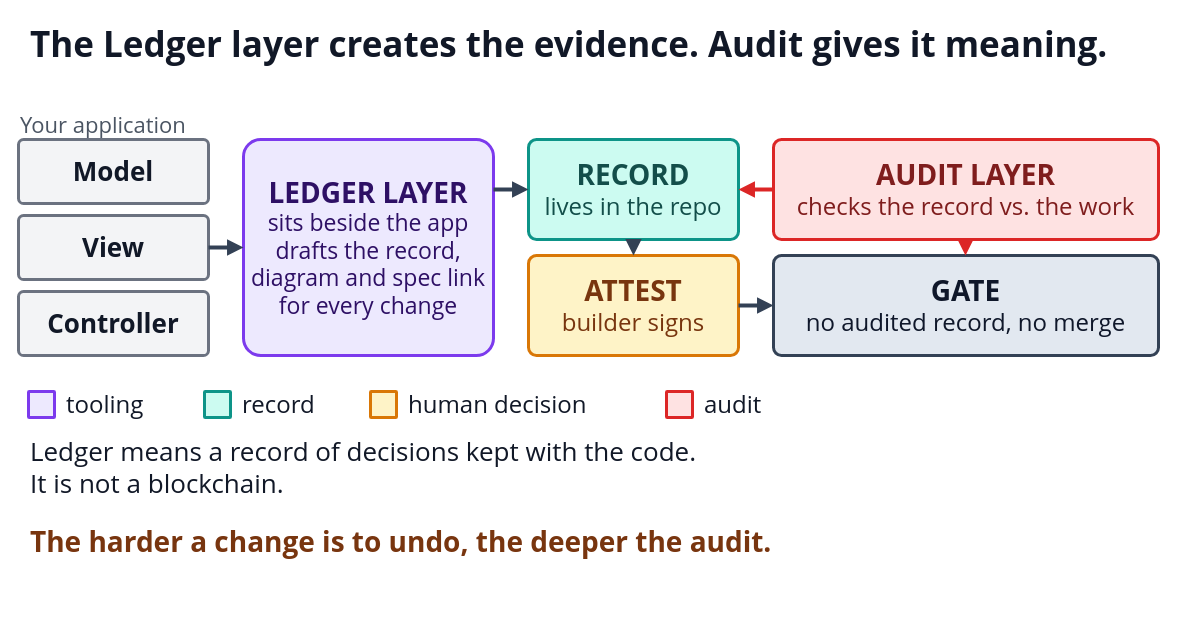
This is diagrams/01-ledger-layer-architecture.drawio from i-asimkhan/ledger-layer-pattern, a draw.io file, before an edit. Source tidied: cells renumbered, new cells numbered last; positions are measured from the earlier drawing's top-left corner, leaving out a move shared by most shapes. Both pictures are drawn from the tidied source at 100%, with x=0, y=0 at pixel (18, 17).
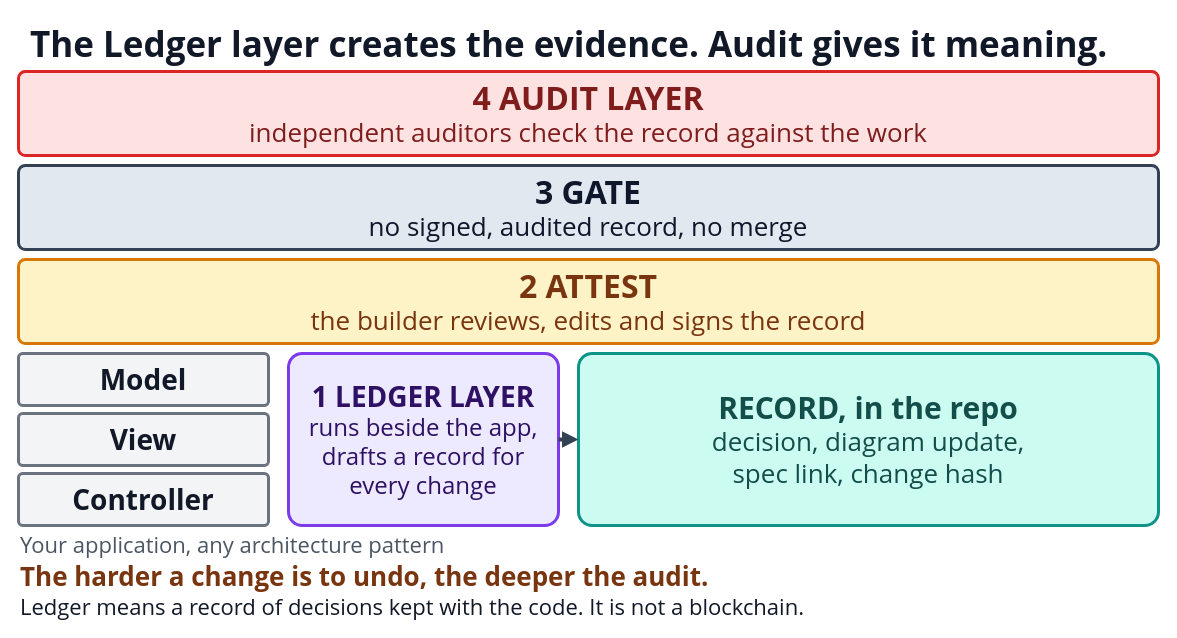
After the change.

Diff of the diagram source:
```diff
@@
-    <mxCell id="3" value="Your application" style="text;html=1;strokeColor=none;fillColor=none;whiteSpace=wrap;verticalAlign=middle;align=left;fontSize=22;fontColor=#4B5563;fontFamily=Segoe UI;fontStyle=0;" parent="1" vertex="1">
-      <mxGeometry y="94" width="220" height="26" as="geometry" />
+    <mxCell id="3" value="&lt;span style=&quot;font-size:32px&quot;&gt;&lt;b&gt;4  AUDIT LAYER&lt;/b&gt;&lt;/span&gt;&lt;br&gt;&lt;span style=&quot;font-size:26px&quot;&gt;independent auditors check the record against the work&lt;/span&gt;" style="rounded=1;arcSize=8;whiteSpace=wrap;html=1;fillColor=#FEE2E2;strokeColor=#DC2626;fontColor=#7F1D1D;strokeWidth=3;align=center;verticalAlign=middle;fontSize=26;fontFamily=Segoe UI;" parent="1" vertex="1">
+      <mxGeometry y="54" width="1140" height="84" as="geometry" />
     </mxCell>
-    <mxCell id="4" value="&lt;span style=&quot;font-size:26px&quot;&gt;&lt;b&gt;Model&lt;/b&gt;&lt;/span&gt;" style="rounded=1;arcSize=8;whiteSpace=wrap;html=1;fillColor=#F3F4F6;strokeColor=#6B7280;fontColor=#111827;strokeWidth=3;align=center;verticalAlign=middle;fontSize=24;fontFamily=Segoe UI;" parent="1" vertex="1">
-      <mxGeometry y="122" width="190" height="64" as="geometry" />
+    <mxCell id="4" value="&lt;span style=&quot;font-size:32px&quot;&gt;&lt;b&gt;3  GATE&lt;/b&gt;&lt;/span&gt;&lt;br&gt;&lt;span style=&quot;font-size:26px&quot;&gt;no signed, audited record, no merge&lt;/span&gt;" style="rounded=1;arcSize=8;whiteSpace=wrap;html=1;fillColor=#E2E8F0;strokeColor=#334155;fontColor=#0F172A;strokeWidth=3;align=center;verticalAlign=middle;fontSize=26;fontFamily=Segoe UI;" parent="1" vertex="1">
+      <mxGeometry y="148" width="1140" height="84" as="geometry" />
     </mxCell>
-    <mxCell id="5" value="&lt;span style=&quot;font-size:26px&quot;&gt;&lt;b&gt;View&lt;/b&gt;&lt;/span&gt;" style="rounded=1;arcSize=8;whiteSpace=wrap;html=1;fillColor=#F3F4F6;strokeColor=#6B7280;fontColor=#111827;strokeWidth=3;align=center;verticalAlign=middle;fontSize=24;fontFamily=Segoe UI;" parent="1" vertex="1">
-      <mxGeometry y="198" width="190" height="64" as="geometry" />
+    <mxCell id="5" value="&lt;span style=&quot;font-size:32px&quot;&gt;&lt;b&gt;2  ATTEST&lt;/b&gt;&lt;/span&gt;&lt;br&gt;&lt;span style=&quot;font-size:26px&quot;&gt;the builder reviews, edits and signs the record&lt;/span&gt;" style="rounded=1;arcSize=8;whiteSpace=wrap;html=1;fillColor=#FEF3C7;strokeColor=#D97706;fontColor=#78350F;strokeWidth=3;align=center;verticalAlign=middle;fontSize=26;fontFamily=Segoe UI;" parent="1" vertex="1">
+      <mxGeometry y="242" width="1140" height="84" as="geometry" />
     </mxCell>
-    <mxCell id="6" value="&lt;span style=&quot;font-size:26px&quot;&gt;&lt;b&gt;Controller&lt;/b&gt;&lt;/span&gt;" style="rounded=1;arcSize=8;whiteSpace=wrap;html=1;fillColor=#F3F4F6;strokeColor=#6B7280;fontColor=#111827;strokeWidth=3;align=center;verticalAlign=middle;fontSize=24;fontFamily=Segoe UI;" parent="1" vertex="1">
-      <mxGeometry y="274" width="190" height="64" as="geometry" />
+    <mxCell id="6" value="&lt;span style=&quot;font-size:28px&quot;&gt;&lt;b&gt;Model&lt;/b&gt;&lt;/span&gt;" style="rounded=1;arcSize=8;whiteSpace=wrap;html=1;fillColor=#F3F4F6;strokeColor=#6B7280;fontColor=#111827;strokeWidth=3;align=center;verticalAlign=middle;fontSize=24;fontFamily=Segoe UI;" parent="1" vertex="1">
+      <mxGeometry y="336" width="250" height="52" as="geometry" />
     </mxCell>
-    <mxCell id="7" value="&lt;span style=&quot;font-size:28px&quot;&gt;&lt;b&gt;LEDGER LAYER&lt;/b&gt;&lt;/span&gt;&lt;br&gt;&lt;span style=&quot;font-size:23px&quot;&gt;sits beside the app&lt;/span&gt;&lt;br&gt;&lt;span style=&quot;font-size:23px&quot;&gt;drafts the record,&lt;/span&gt;&lt;br&gt;&lt;span style=&quot;font-size:23px&quot;&gt;diagram and spec link&lt;/span&gt;&lt;br&gt;&lt;span style=&quot;font-size:23px&quot;&gt;for every change&lt;/span&gt;" style="rounded=1;arcSize=8;whiteSpace=wrap;html=1;fillColor=#EDE9FE;strokeColor=#7C3AED;fontColor=#2E1065;strokeWidth=3;align=center;verticalAlign=middle;fontSize=23;fontFamily=Segoe UI;" parent="1" vertex="1">
-      <mxGeometry x="225" y="122" width="250" height="216" as="geometry" />
+    <mxCell id="7" value="&lt;span style=&quot;font-size:28px&quot;&gt;&lt;b&gt;View&lt;/b&gt;&lt;/span&gt;" style="rounded=1;arcSize=8;whiteSpace=wrap;html=1;fillColor=#F3F4F6;strokeColor=#6B7280;fontColor=#111827;strokeWidth=3;align=center;verticalAlign=middle;fontSize=24;fontFamily=Segoe UI;" parent="1" vertex="1">
+      <mxGeometry y="396" width="250" height="52" as="geometry" />
     </mxCell>
-    <mxCell id="8" value="&lt;span style=&quot;font-size:28px&quot;&gt;&lt;b&gt;RECORD&lt;/b&gt;&lt;/span&gt;&lt;br&gt;&lt;span style=&quot;font-size:24px&quot;&gt;lives in the repo&lt;/span&gt;" style="rounded=1;arcSize=8;whiteSpace=wrap;html=1;fillColor=#CCFBF1;strokeColor=#0D9488;fontColor=#134E4A;strokeWidth=3;align=center;verticalAlign=middle;fontSize=24;fontFamily=Segoe UI;" parent="1" vertex="1">
-      <mxGeometry x="510" y="122" width="210" height="100" as="geometry" />
+    <mxCell id="8" value="&lt;span style=&quot;font-size:28px&quot;&gt;&lt;b&gt;Controller&lt;/b&gt;&lt;/span&gt;" style="rounded=1;arcSize=8;whiteSpace=wrap;html=1;fillColor=#F3F4F6;strokeColor=#6B7280;fontColor=#111827;strokeWidth=3;align=center;verticalAlign=middle;fontSize=24;fontFamily=Segoe UI;" parent="1" vertex="1">
+      <mxGeometry y="456" width="250" height="52" as="geometry" />
     </mxCell>
-    <mxCell id="9" value="&lt;span style=&quot;font-size:28px&quot;&gt;&lt;b&gt;ATTEST&lt;/b&gt;&lt;/span&gt;&lt;br&gt;&lt;span style=&quot;font-size:24px&quot;&gt;builder signs&lt;/span&gt;" style="rounded=1;arcSize=8;whiteSpace=wrap;html=1;fillColor=#FEF3C7;strokeColor=#D97706;fontColor=#78350F;strokeWidth=3;align=center;verticalAlign=middle;fontSize=24;fontFamily=Segoe UI;" parent="1" vertex="1">
-      <mxGeometry x="510" y="238" width="210" height="100" as="geometry" />
+    <mxCell id="9" value="&lt;span style=&quot;font-size:28px&quot;&gt;&lt;b&gt;1  LEDGER LAYER&lt;/b&gt;&lt;/span&gt;&lt;br&gt;&lt;span style=&quot;font-size:24px&quot;&gt;runs beside the app,&lt;/span&gt;&lt;br&gt;&lt;span style=&quot;font-size:24px&quot;&gt;drafts a record for&lt;/span&gt;&lt;br&gt;&lt;span style=&quot;font-size:24px&quot;&gt;every change&lt;/span&gt;" style="rounded=1;arcSize=8;whiteSpace=wrap;html=1;fillColor=#EDE9FE;strokeColor=#7C3AED;fontColor=#2E1065;strokeWidth=3;align=center;verticalAlign=middle;fontSize=24;fontFamily=Segoe UI;" parent="1" vertex="1">
+      <mxGeometry x="270" y="336" width="270" height="172" as="geometry" />
     </mxCell>
-    <mxCell id="10" value="&lt;span style=&quot;font-size:28px&quot;&gt;&lt;b&gt;GATE&lt;/b&gt;&lt;/span&gt;&lt;br&gt;&lt;span style=&quot;font-size:24px&quot;&gt;no audited record, no merge&lt;/span&gt;" style="rounded=1;arcSize=8;whiteSpace=wrap;html=1;fillColor=#E2E8F0;strokeColor=#334155;fontColor=#0F172A;strokeWidth=3;align=center;verticalAlign=middle;fontSize=24;fontFamily=Segoe UI;" parent="1" vertex="1">
-      <mxGeometry x="755" y="238" width="385" height="100" as="geometry" />
+    <mxCell id="10" value="&lt;span style=&quot;font-size:30px&quot;&gt;&lt;b&gt;RECORD, in the repo&lt;/b&gt;&lt;/span&gt;&lt;br&gt;&lt;span style=&quot;font-size:26px&quot;&gt;decision, diagram update,&lt;/span&gt;&lt;br&gt;&lt;span style=&quot;font-size:26px&quot;&gt;spec link, change hash&lt;/span&gt;" style="rounded=1;arcSize=8;whiteSpace=wrap;html=1;fillColor=#CCFBF1;strokeColor=#0D9488;fontColor=#134E4A;strokeWidth=3;align=center;verticalAlign=middle;fontSize=26;fontFamily=Segoe UI;" parent="1" vertex="1">
+      <mxGeometry x="560" y="336" width="580" height="172" as="geometry" />
     </mxCell>
-    <mxCell id="11" value="&lt;span style=&quot;font-size:28px&quot;&gt;&lt;b&gt;AUDIT LAYER&lt;/b&gt;&lt;/span&gt;&lt;br&gt;&lt;span style=&quot;font-size:24px&quot;&gt;checks the record vs. the work&lt;/span&gt;" style="rounded=1;arcSize=8;whiteSpace=wrap;html=1;fillColor=#FEE2E2;strokeColor=#DC2626;fontColor=#7F1D1D;strokeWidth=3;align=center;verticalAlign=middle;fontSize=24;fontFamily=Segoe UI;" parent="1" vertex="1">
-      <mxGeometry x="755" y="122" width="385" height="100" as="geometry" />
+    <mxCell id="11" style="endArrow=block;endFill=1;html=1;rounded=0;strokeColor=#334155;strokeWidth=4;" parent="1" edge="1">
+      <mxGeometry relative="1" as="geometry">
+        <mxPoint x="540" y="422" as="sourcePoint" />
+        <mxPoint x="560" y="422" as="targetPoint" />
+      </mxGeometry>
     </mxCell>
-    <mxCell id="12" style="endArrow=block;endFill=1;html=1;rounded=0;strokeColor=#334155;strokeWidth=4;" parent="1" edge="1">
-      <mxGeometry relative="1" as="geometry">
-        <mxPoint x="190" y="230" as="sourcePoint" />
-        <mxPoint x="225" y="230" as="targetPoint" />
-      </mxGeometry>
+    <mxCell id="12" value="Your application, any architecture pattern" style="text;html=1;strokeColor=none;fillColor=none;whiteSpace=wrap;verticalAlign=middle;align=left;fontSize=22;fontColor=#4B5563;fontFamily=Segoe UI;fontStyle=0;" parent="1" vertex="1">
+      <mxGeometry y="512" width="560" height="30" as="geometry" />
     </mxCell>
-    <mxCell id="13" style="endArrow=block;endFill=1;html=1;rounded=0;strokeColor=#334155;strokeWidth=4;" parent="1" edge="1">
-      <mxGeometry relative="1" as="geometry">
-        <mxPoint x="475" y="172" as="sourcePoint" />
-        <mxPoint x="510" y="172" as="targetPoint" />
-      </mxGeometry>
+    <mxCell id="13" value="The harder a change is to undo, the deeper the audit." style="text;html=1;strokeColor=none;fillColor=none;whiteSpace=wrap;verticalAlign=middle;align=left;fontSize=26;fontColor=#78350F;fontFamily=Segoe UI;fontStyle=1;" parent="1" vertex="1">
+      <mxGeometry y="542" width="1140" height="34" as="geometry" />
     </mxCell>
-    <mxCell id="14" style="endArrow=block;endFill=1;html=1;rounded=0;strokeColor=#334155;strokeWidth=4;" parent="1" edge="1">
-      <mxGeometry relative="1" as="geometry">
-        <mxPoint x="615" y="222" as="sourcePoint" />
-        <mxPoint x="615" y="238" as="targetPoint" />
-      </mxGeometry>
+    <mxCell id="14" value="Ledger means a record of decisions kept with the code. It is not a blockchain." style="text;html=1;strokeColor=none;fillColor=none;whiteSpace=wrap;verticalAlign=middle;align=left;fontSize=22;fontColor=#111827;fontFamily=Segoe UI;fontStyle=0;" parent="1" vertex="1">
+      <mxGeometry y="574" width="1140" height="30" as="geometry" />
     </mxCell>
-    <mxCell id="15" style="endArrow=block;endFill=1;html=1;rounded=0;strokeColor=#334155;strokeWidth=4;" parent="1" edge="1">
-      <mxGeometry relative="1" as="geometry">
-        <mxPoint x="720" y="288" as="sourcePoint" />
-        <mxPoint x="755" y="288" as="targetPoint" />
-      </mxGeometry>
-    </mxCell>
-    <mxCell id="16" style="endArrow=block;endFill=1;html=1;rounded=0;strokeColor=#DC2626;strokeWidth=4;" parent="1" edge="1">
-      <mxGeometry relative="1" as="geometry">
-        <mxPoint x="755" y="172" as="sourcePoint" />
-        <mxPoint x="720" y="172" as="targetPoint" />
-      </mxGeometry>
-    </mxCell>
-    <mxCell id="17" style="endArrow=block;endFill=1;html=1;rounded=0;strokeColor=#DC2626;strokeWidth=4;" parent="1" edge="1">
-      <mxGeometry relative="1" as="geometry">
-        <mxPoint x="947" y="222" as="sourcePoint" />
-        <mxPoint x="947" y="238" as="targetPoint" />
-      </mxGeometry>
-    </mxCell>
-    <mxCell id="18" style="rounded=1;arcSize=3;whiteSpace=wrap;html=1;fillColor=#EDE9FE;strokeColor=#7C3AED;strokeWidth=3;" parent="1" vertex="1">
-      <mxGeometry x="10" y="374" width="26" height="26" as="geometry" />
-    </mxCell>
-    <mxCell id="19" value="tooling" style="text;html=1;strokeColor=none;fillColor=none;whiteSpace=wrap;verticalAlign=middle;align=left;fontSize=24;fontColor=#111827;fontFamily=Segoe UI;fontStyle=0;" parent="1" vertex="1">
-      <mxGeometry x="46" y="370" width="110" height="34" as="geometry" />
-    </mxCell>
-    <mxCell id="20" style="rounded=1;arcSize=3;whiteSpace=wrap;html=1;fillColor=#CCFBF1;strokeColor=#0D9488;strokeWidth=3;" parent="1" vertex="1">
-      <mxGeometry x="186" y="374" width="26" height="26" as="geometry" />
-    </mxCell>
-    <mxCell id="21" value="record" style="text;html=1;strokeColor=none;fillColor=none;whiteSpace=wrap;verticalAlign=middle;align=left;fontSize=24;fontColor=#111827;fontFamily=Segoe UI;fontStyle=0;" parent="1" vertex="1">
-      <mxGeometry x="222" y="370" width="100" height="34" as="geometry" />
-    </mxCell>
-    <mxCell id="22" style="rounded=1;arcSize=3;whiteSpace=wrap;html=1;fillColor=#FEF3C7;strokeColor=#D97706;strokeWidth=3;" parent="1" vertex="1">
-      <mxGeometry x="352" y="374" width="26" height="26" as="geometry" />
-    </mxCell>
-    <mxCell id="23" value="human decision" style="text;html=1;strokeColor=none;fillColor=none;whiteSpace=wrap;verticalAlign=middle;align=left;fontSize=24;fontColor=#111827;fontFamily=Segoe UI;fontStyle=0;" parent="1" vertex="1">
-      <mxGeometry x="388" y="370" width="230" height="34" as="geometry" />
-    </mxCell>
-    <mxCell id="24" style="rounded=1;arcSize=3;whiteSpace=wrap;html=1;fillColor=#FEE2E2;strokeColor=#DC2626;strokeWidth=3;" parent="1" vertex="1">
-      <mxGeometry x="648" y="374" width="26" height="26" as="geometry" />
-    </mxCell>
-    <mxCell id="25" value="audit" style="text;html=1;strokeColor=none;fillColor=none;whiteSpace=wrap;verticalAlign=middle;align=left;fontSize=24;fontColor=#111827;fontFamily=Segoe UI;fontStyle=0;" parent="1" vertex="1">
-      <mxGeometry x="684" y="370" width="80" height="34" as="geometry" />
-    </mxCell>
-    <mxCell id="26" value="Ledger means a record of decisions kept with the code.&lt;br&gt;It is not a blockchain." style="text;html=1;strokeColor=none;fillColor=none;whiteSpace=wrap;verticalAlign=middle;align=left;fontSize=26;fontColor=#111827;fontFamily=Segoe UI;fontStyle=0;" parent="1" vertex="1">
-      <mxGeometry x="10" y="418" width="1120" height="64" as="geometry" />
-    </mxCell>
-    <mxCell id="27" value="The harder a change is to undo, the deeper the audit." style="text;html=1;strokeColor=none;fillColor=none;whiteSpace=wrap;verticalAlign=middle;align=left;fontSize=28;fontColor=#78350F;fontFamily=Segoe UI;fontStyle=1;" parent="1" vertex="1">
-      <mxGeometry x="10" y="502" width="1120" height="44" as="geometry" />
-    </mxCell>
```
